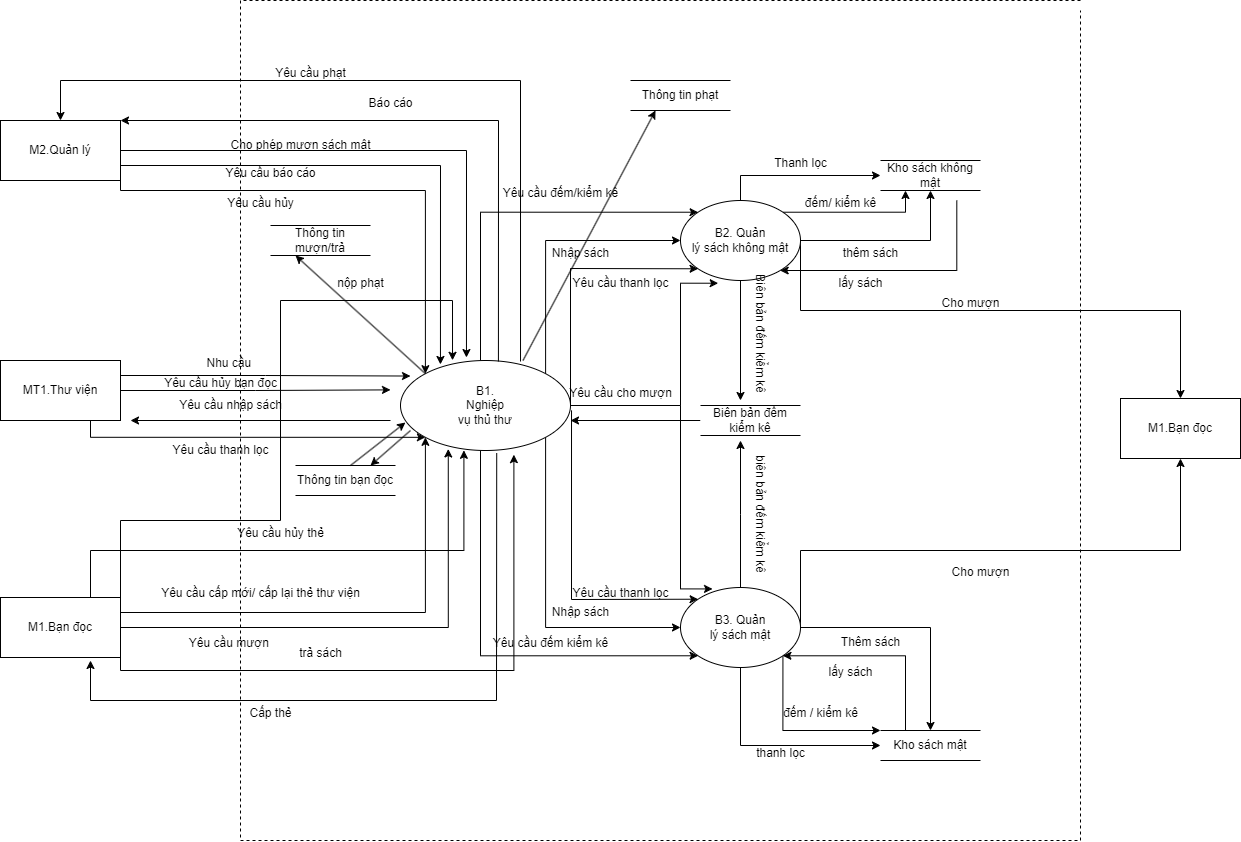
Above: bài tap lớn/DFD-DFD_1.drawio.png in vqh17062001/PTTKHT (draw.io), before the change. Source tidied: cells renumbered, new cells last; positions are measured from the earlier drawing's top-left corner, leaving out a move shared by most shapes.
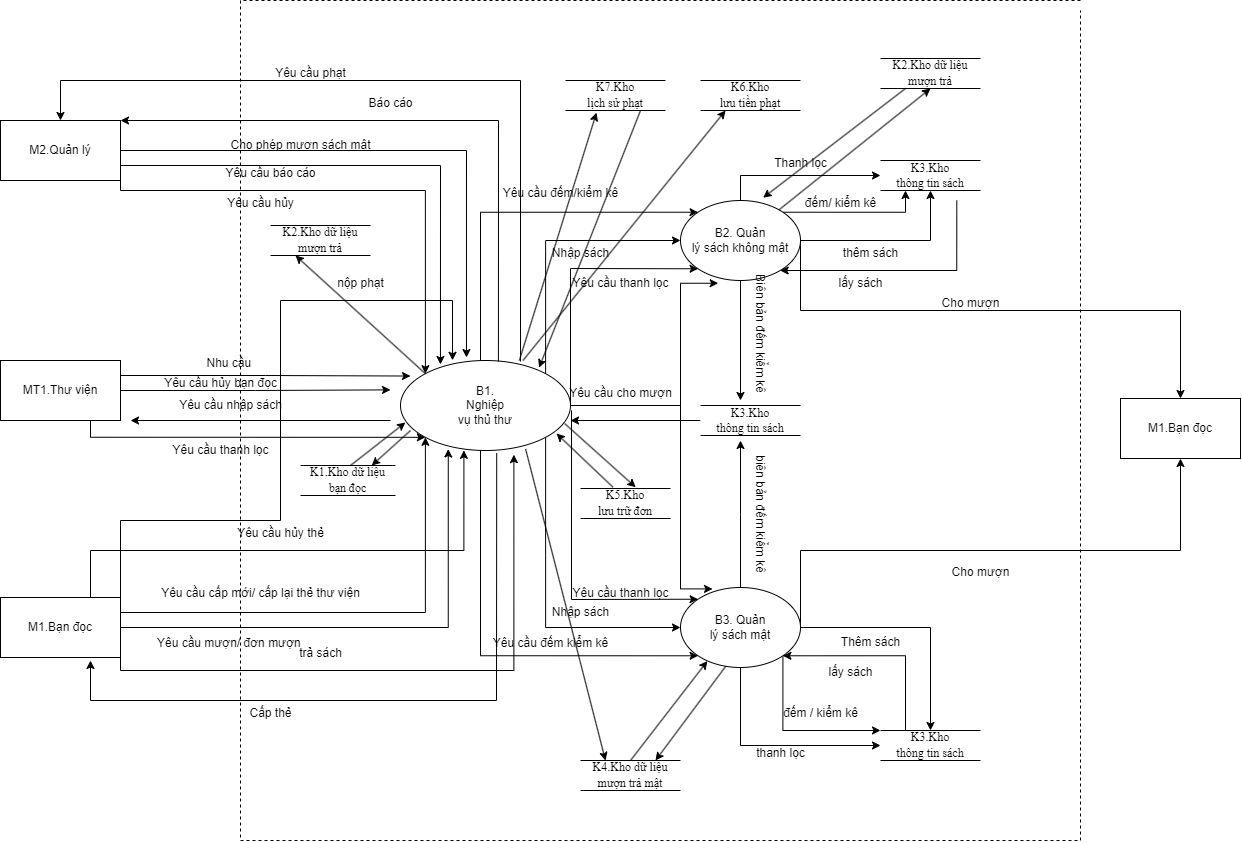
The same diagram one commit later.

Diff of the diagram source:
```diff
@@ -64,7 +64,7 @@
         </Array>
       </mxGeometry>
     </mxCell>
-    <mxCell id="14" value="Kho sách không mật" style="html=1;dashed=0;whiteSpace=wrap;shape=partialRectangle;right=0;left=0;" parent="1" vertex="1">
+    <mxCell id="14" value="&lt;span style=&quot;font-family: &amp;quot;Times New Roman&amp;quot;, serif;&quot;&gt;K3.Kho&lt;/span&gt;&lt;br style=&quot;font-family: &amp;quot;Times New Roman&amp;quot;, serif;&quot;&gt;&lt;span style=&quot;font-family: &amp;quot;Times New Roman&amp;quot;, serif;&quot;&gt;thông tin sách&lt;/span&gt;" style="html=1;dashed=0;whiteSpace=wrap;shape=partialRectangle;right=0;left=0;" parent="1" vertex="1">
       <mxGeometry x="880" y="160" width="100" height="30" as="geometry" />
     </mxCell>
     <mxCell id="15" style="edgeStyle=orthogonalEdgeStyle;rounded=0;jettySize=auto;html=1;exitX=1;exitY=0.5;exitDx=0;exitDy=0;entryX=0.5;entryY=0;entryDx=0;entryDy=0;" parent="1" edge="1" source="20" target="30">
@@ -155,24 +155,24 @@
         </Array>
       </mxGeometry>
     </mxCell>
-    <mxCell id="30" value="Kho sách mật" style="html=1;dashed=0;whiteSpace=wrap;shape=partialRectangle;right=0;left=0;" parent="1" vertex="1">
+    <mxCell id="30" value="&lt;span style=&quot;line-height: 130%; font-family: &amp;quot;Times New Roman&amp;quot;, serif;&quot; lang=&quot;VI&quot;&gt;K3.Kho&lt;br/&gt;thông tin sách&lt;/span&gt;" style="html=1;dashed=0;whiteSpace=wrap;shape=partialRectangle;right=0;left=0;" parent="1" vertex="1">
       <mxGeometry x="880" y="730" width="100" height="30" as="geometry" />
     </mxCell>
-    <mxCell id="31" value="Thông tin bạn đọc" style="html=1;dashed=0;whiteSpace=wrap;shape=partialRectangle;right=0;left=0;" parent="1" vertex="1">
-      <mxGeometry x="295" y="465" width="100" height="30" as="geometry" />
+    <mxCell id="31" value="&lt;span style=&quot;line-height: 130%; font-family: &amp;quot;Times New Roman&amp;quot;, serif;&quot; lang=&quot;EN-GB&quot;&gt;&lt;font style=&quot;font-size: 12px;&quot;&gt;K1.Kho dữ liệu bạn đọc&lt;/font&gt;&lt;/span&gt;" style="html=1;dashed=0;whiteSpace=wrap;shape=partialRectangle;right=0;left=0;" parent="1" vertex="1">
+      <mxGeometry x="300" y="465" width="95" height="30" as="geometry" />
     </mxCell>
-    <mxCell id="32" value="Thông tin mượn/trả" style="html=1;dashed=0;whiteSpace=wrap;shape=partialRectangle;right=0;left=0;" parent="1" vertex="1">
+    <mxCell id="32" value="&lt;span style=&quot;line-height: 130%; font-family: &amp;quot;Times New Roman&amp;quot;, serif;&quot; lang=&quot;EN-GB&quot;&gt;&lt;font style=&quot;font-size: 12px;&quot;&gt;K2.Kho dữ liệu mượn trả&lt;/font&gt;&lt;/span&gt;" style="html=1;dashed=0;whiteSpace=wrap;shape=partialRectangle;right=0;left=0;" parent="1" vertex="1">
       <mxGeometry x="270" y="225" width="100" height="30" as="geometry" />
     </mxCell>
-    <mxCell id="33" value="Thông tin phạt" style="html=1;dashed=0;whiteSpace=wrap;shape=partialRectangle;right=0;left=0;" parent="1" vertex="1">
-      <mxGeometry x="630" y="80" width="100" height="30" as="geometry" />
+    <mxCell id="33" value="&lt;span style=&quot;line-height: 130%; font-family: &amp;quot;Times New Roman&amp;quot;, serif;&quot; lang=&quot;VI&quot;&gt;&lt;font style=&quot;font-size: 12px;&quot;&gt;K6.Kho&lt;br/&gt;lưu tiền phạt&lt;/font&gt;&lt;/span&gt;" style="html=1;dashed=0;whiteSpace=wrap;shape=partialRectangle;right=0;left=0;" parent="1" vertex="1">
+      <mxGeometry x="700" y="80" width="100" height="30" as="geometry" />
     </mxCell>
     <mxCell id="34" style="edgeStyle=orthogonalEdgeStyle;rounded=0;jettySize=auto;html=1;" parent="1" edge="1" source="35">
       <mxGeometry relative="1" as="geometry">
         <mxPoint x="570" y="420" as="targetPoint" />
       </mxGeometry>
     </mxCell>
-    <mxCell id="35" value="Biên bản đếm kiểm kê" style="html=1;dashed=0;whiteSpace=wrap;shape=partialRectangle;right=0;left=0;" parent="1" vertex="1">
+    <mxCell id="35" value="&lt;span style=&quot;font-family: &amp;quot;Times New Roman&amp;quot;, serif;&quot;&gt;K3.Kho&lt;/span&gt;&lt;br style=&quot;font-family: &amp;quot;Times New Roman&amp;quot;, serif;&quot;&gt;&lt;span style=&quot;font-family: &amp;quot;Times New Roman&amp;quot;, serif;&quot;&gt;thông tin sách&lt;/span&gt;" style="html=1;dashed=0;whiteSpace=wrap;shape=partialRectangle;right=0;left=0;" parent="1" vertex="1">
       <mxGeometry x="700" y="405" width="100" height="30" as="geometry" />
     </mxCell>
     <mxCell id="36" value="Nhu cầu&amp;nbsp;" style="text;html=1;align=center;verticalAlign=middle;strokeColor=none;fillColor=none;" parent="1" vertex="1">
@@ -237,7 +237,7 @@
     <mxCell id="52" value="thanh lọc" style="text;html=1;align=center;verticalAlign=middle;strokeColor=none;fillColor=none;" parent="1" vertex="1">
       <mxGeometry x="745" y="738" width="70" height="30" as="geometry" />
     </mxCell>
-    <mxCell id="53" value="Thanh lọc" style="text;html=1;align=center;verticalAlign=middle;strokeColor=none;fillColor=none;" parent="1" vertex="1">
+    <mxCell id="53" value="Thanh lọc" style="text;html=1;align=center;verticalAlign=middle;strokeColor=none;fillColor=none;gradientColor=none;" parent="1" vertex="1">
       <mxGeometry x="760" y="148" width="80" height="30" as="geometry" />
     </mxCell>
     <mxCell id="54" value="Yêu cầu đếm/kiểm kê" style="text;html=1;align=center;verticalAlign=middle;strokeColor=none;fillColor=none;" parent="1" vertex="1">
@@ -267,8 +267,8 @@
     <mxCell id="62" style="edgeStyle=orthogonalEdgeStyle;rounded=0;jettySize=auto;html=1;entryX=0.281;entryY=0.983;entryDx=0;entryDy=0;entryPerimeter=0;" parent="1" edge="1" source="27" target="25">
       <mxGeometry relative="1" as="geometry" />
     </mxCell>
-    <mxCell id="63" value="Yêu cầu mượn&amp;nbsp;" style="text;html=1;align=center;verticalAlign=middle;strokeColor=none;fillColor=none;" parent="1" vertex="1">
-      <mxGeometry x="175" y="628" width="110" height="30" as="geometry" />
+    <mxCell id="63" value="Yêu cầu mượn/ đơn mượn&amp;nbsp;" style="text;html=1;align=center;verticalAlign=middle;strokeColor=none;fillColor=none;" parent="1" vertex="1">
+      <mxGeometry x="145" y="628" width="170" height="30" as="geometry" />
     </mxCell>
     <mxCell id="64" style="edgeStyle=orthogonalEdgeStyle;rounded=0;jettySize=auto;html=1;entryX=0.314;entryY=1.034;entryDx=0;entryDy=0;entryPerimeter=0;" parent="1" edge="1" source="25" target="6">
       <mxGeometry relative="1" as="geometry">
@@ -396,5 +396,44 @@
     <mxCell id="89" value="đếm / kiểm kê" style="text;html=1;align=center;verticalAlign=middle;strokeColor=none;fillColor=none;" parent="1" vertex="1">
       <mxGeometry x="770" y="698" width="100" height="30" as="geometry" />
     </mxCell>
+    <mxCell id="90" value="&lt;span style=&quot;line-height: 130%; font-family: &amp;quot;Times New Roman&amp;quot;, serif;&quot; lang=&quot;VI&quot;&gt;&lt;font style=&quot;font-size: 12px;&quot;&gt;K7.Kho&lt;br/&gt;lịch sử phạt&lt;/font&gt;&lt;/span&gt;" style="html=1;dashed=0;whiteSpace=wrap;shape=partialRectangle;right=0;left=0;" parent="1" vertex="1">
+      <mxGeometry x="565" y="80" width="100" height="30" as="geometry" />
+    </mxCell>
+    <mxCell id="91" style="endArrow=classic;html=1;rounded=0;entryX=0.31;entryY=1.072;entryDx=0;entryDy=0;exitX=0.699;exitY=0;exitDx=0;exitDy=0;exitPerimeter=0;entryPerimeter=0;" parent="1" edge="1" source="25" target="90">
+      <mxGeometry relative="1" as="geometry" />
+    </mxCell>
+    <mxCell id="92" style="endArrow=classic;html=1;rounded=0;exitX=0.75;exitY=1;exitDx=0;exitDy=0;entryX=0.815;entryY=0.08;entryDx=0;entryDy=0;entryPerimeter=0;" parent="1" edge="1" source="90" target="25">
+      <mxGeometry relative="1" as="geometry" />
+    </mxCell>
+    <mxCell id="93" value="&lt;span style=&quot;line-height: 130%; font-family: &amp;quot;Times New Roman&amp;quot;, serif;&quot; lang=&quot;EN-GB&quot;&gt;&lt;font style=&quot;font-size: 12px;&quot;&gt;K2.Kho dữ liệu mượn trả&lt;/font&gt;&lt;/span&gt;" style="html=1;dashed=0;whiteSpace=wrap;shape=partialRectangle;right=0;left=0;" parent="1" vertex="1">
+      <mxGeometry x="880" y="58" width="100" height="30" as="geometry" />
+    </mxCell>
+    <mxCell id="94" style="endArrow=classic;html=1;rounded=0;exitX=0.25;exitY=1;exitDx=0;exitDy=0;entryX=0.689;entryY=-0.035;entryDx=0;entryDy=0;entryPerimeter=0;" parent="1" edge="1" source="93" target="6">
+      <mxGeometry relative="1" as="geometry" />
+    </mxCell>
+    <mxCell id="95" style="endArrow=classic;html=1;rounded=0;entryX=0.5;entryY=1;entryDx=0;entryDy=0;" parent="1" edge="1" source="6" target="93">
+      <mxGeometry relative="1" as="geometry" />
+    </mxCell>
+    <mxCell id="96" value="&lt;span style=&quot;line-height: 130%; font-family: &amp;quot;Times New Roman&amp;quot;, serif;&quot; lang=&quot;VI&quot;&gt;&lt;font style=&quot;font-size: 12px;&quot;&gt;K4.Kho dữ liệu mượn trả mật&lt;/font&gt;&lt;/span&gt;" style="html=1;dashed=0;whiteSpace=wrap;shape=partialRectangle;right=0;left=0;" parent="1" vertex="1">
+      <mxGeometry x="580" y="760" width="100" height="30" as="geometry" />
+    </mxCell>
+    <mxCell id="97" style="endArrow=classic;html=1;rounded=0;entryX=0.224;entryY=0.919;entryDx=0;entryDy=0;entryPerimeter=0;exitX=0.5;exitY=0;exitDx=0;exitDy=0;" parent="1" edge="1" source="96" target="20">
+      <mxGeometry relative="1" as="geometry" />
+    </mxCell>
+    <mxCell id="98" style="endArrow=classic;html=1;rounded=0;exitX=0.377;exitY=0.985;exitDx=0;exitDy=0;exitPerimeter=0;entryX=0.75;entryY=0;entryDx=0;entryDy=0;" parent="1" edge="1" source="20" target="96">
+      <mxGeometry relative="1" as="geometry" />
+    </mxCell>
+    <mxCell id="99" style="endArrow=classic;html=1;rounded=0;exitX=0.736;exitY=0.984;exitDx=0;exitDy=0;exitPerimeter=0;entryX=0.25;entryY=0;entryDx=0;entryDy=0;" parent="1" edge="1" source="25" target="96">
+      <mxGeometry relative="1" as="geometry" />
+    </mxCell>
+    <mxCell id="100" value="&lt;span style=&quot;line-height: 130%; font-family: &amp;quot;Times New Roman&amp;quot;, serif;&quot; lang=&quot;VI&quot;&gt;&lt;font style=&quot;font-size: 12px;&quot;&gt;K5.Kho&lt;br/&gt;lưu trữ đơn&lt;/font&gt;&lt;/span&gt;" style="html=1;dashed=0;whiteSpace=wrap;shape=partialRectangle;right=0;left=0;" parent="1" vertex="1">
+      <mxGeometry x="580" y="488" width="90" height="30" as="geometry" />
+    </mxCell>
+    <mxCell id="101" style="endArrow=classic;html=1;rounded=0;exitX=0.966;exitY=0.701;exitDx=0;exitDy=0;exitPerimeter=0;entryX=0.613;entryY=-0.042;entryDx=0;entryDy=0;entryPerimeter=0;" parent="1" edge="1" source="25" target="100">
+      <mxGeometry relative="1" as="geometry" />
+    </mxCell>
+    <mxCell id="102" style="endArrow=classic;html=1;rounded=0;exitX=0.361;exitY=-0.042;exitDx=0;exitDy=0;exitPerimeter=0;entryX=0.918;entryY=0.812;entryDx=0;entryDy=0;entryPerimeter=0;" parent="1" edge="1" source="100" target="25">
+      <mxGeometry relative="1" as="geometry" />
+    </mxCell>
   </root>
 </mxGraphModel>
```
